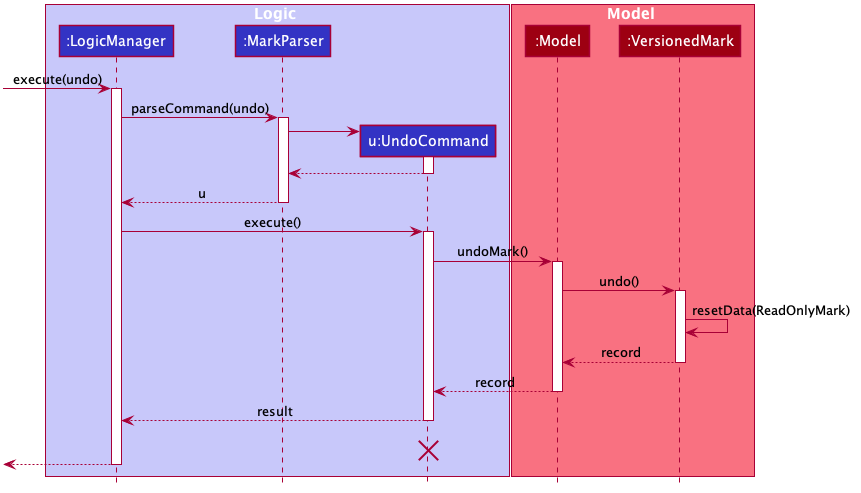
The PlantUML diagram docs/images/UndoSequenceDiagram.png in nus-cs2103-AY1920S1/addressbook-level3, before a commit.
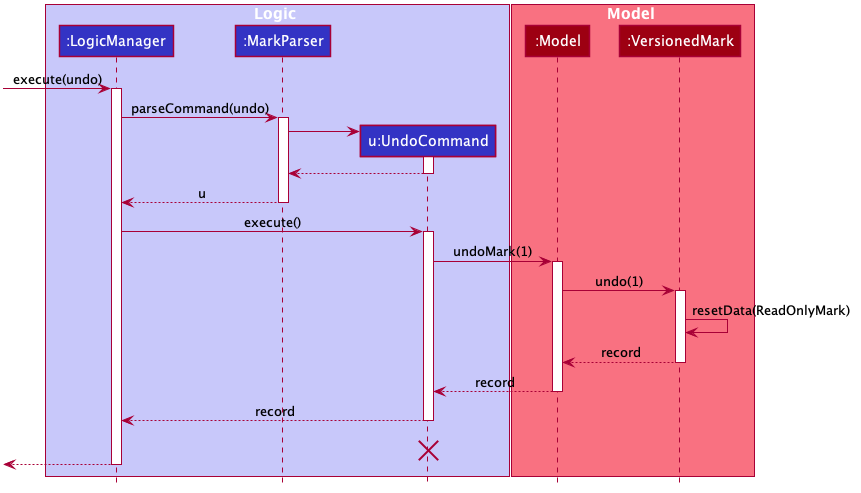
The same diagram one commit later.

What changed in the source:
```diff
@@ -77,10 +77,10 @@
 LogicManager -> UndoCommand : execute()
 activate UndoCommand
 
-UndoCommand -> Model : undoMark()
+UndoCommand -> Model : undoMark(1)
 activate Model
 
-Model -> VersionedMark : undo()
+Model -> VersionedMark : undo(1)
 activate VersionedMark
 
 VersionedMark -> VersionedMark :resetData(ReadOnlyMark)
@@ -90,7 +90,7 @@
 Model --> UndoCommand : record
 deactivate Model
 
-UndoCommand --> LogicManager : result
+UndoCommand --> LogicManager : record
 deactivate UndoCommand
 UndoCommand -[hidden]-> LogicManager : result
 destroy UndoCommand
```
